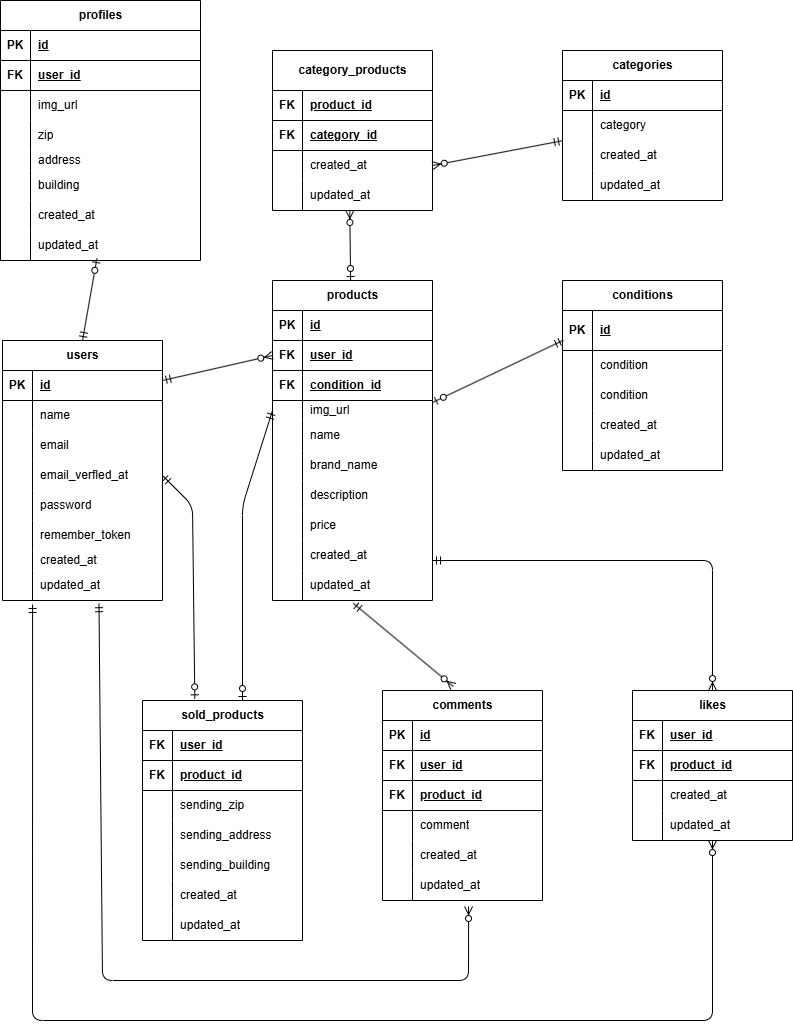
ishi-star/market-test keeps this draw.io diagram as src/.drawio.png. Above is the earlier version. Source tidied: cells renumbered, new cells last; positions are measured from the earlier drawing's top-left corner, leaving out a move shared by most shapes.
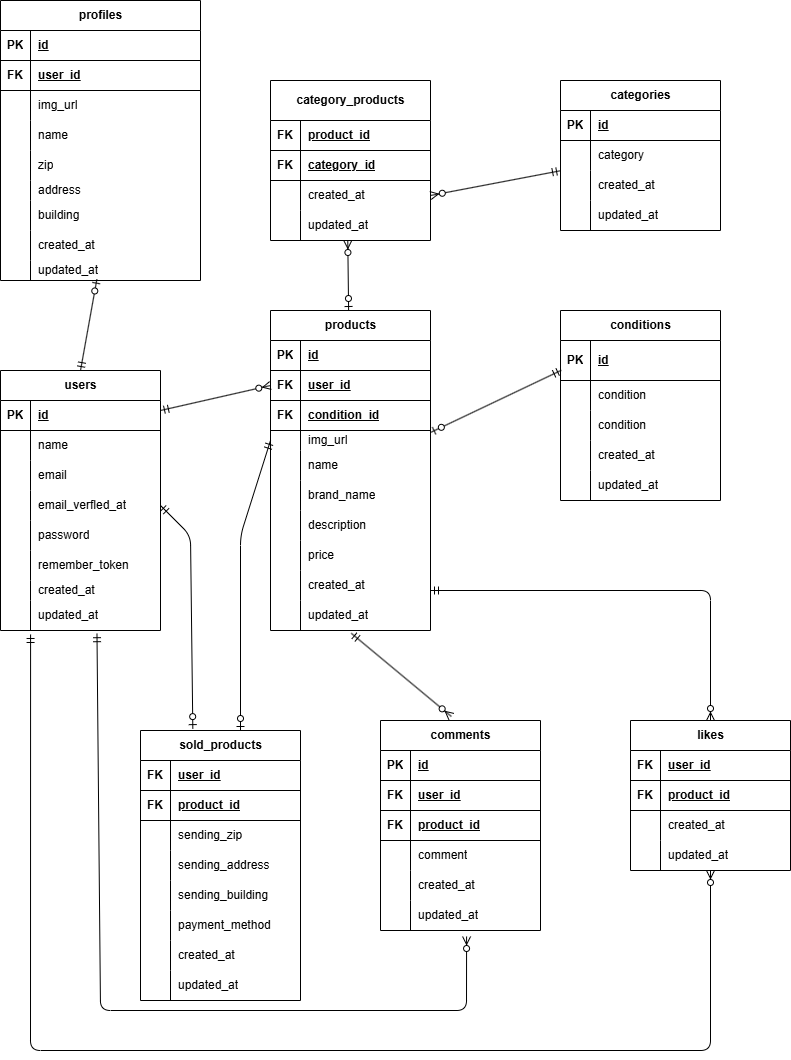
After the change.

What changed in the source:
```diff
@@ -231,7 +231,7 @@
       <mxGeometry relative="1" as="geometry" />
     </mxCell>
     <mxCell id="78" value="profiles" style="shape=table;startSize=30;rowLines=0;fontStyle=1;align=center;html=1;" parent="1" vertex="1">
-      <mxGeometry width="200" height="260" as="geometry" />
+      <mxGeometry x="2" y="-30" width="200" height="280" as="geometry" />
     </mxCell>
     <mxCell id="79" style="shape=tableRow;horizontal=0;startSize=0;swimlaneHead=0;swimlaneBody=0;fillColor=none;top=0;left=0;right=0;bottom=1;" parent="78" vertex="1">
       <mxGeometry y="30" width="200" height="30" as="geometry" />
@@ -260,8 +260,17 @@
     <mxCell id="87" value="img_url" style="shape=partialRectangle;fillColor=none;top=0;left=0;bottom=0;right=0;align=left;spacingLeft=6;overflow=hidden;whiteSpace=wrap;html=1;" parent="85" vertex="1">
       <mxGeometry x="30" width="170" height="30" as="geometry" />
     </mxCell>
+    <mxCell id="190" style="shape=tableRow;horizontal=0;startSize=0;swimlaneHead=0;swimlaneBody=0;fillColor=none;top=0;left=0;right=0;bottom=0;" parent="78" vertex="1">
+      <mxGeometry y="120" width="200" height="30" as="geometry" />
+    </mxCell>
+    <mxCell id="191" style="shape=partialRectangle;fillColor=none;top=0;left=0;bottom=0;right=0;overflow=hidden;whiteSpace=wrap;html=1;" parent="190" vertex="1">
+      <mxGeometry width="30" height="30" as="geometry" />
+    </mxCell>
+    <mxCell id="192" value="name" style="shape=partialRectangle;fillColor=none;top=0;left=0;bottom=0;right=0;align=left;spacingLeft=6;overflow=hidden;whiteSpace=wrap;html=1;" parent="190" vertex="1">
+      <mxGeometry x="30" width="170" height="30" as="geometry" />
+    </mxCell>
     <mxCell id="88" style="shape=tableRow;horizontal=0;startSize=0;swimlaneHead=0;swimlaneBody=0;fillColor=none;top=0;left=0;right=0;bottom=0;" parent="78" vertex="1">
-      <mxGeometry y="120" width="200" height="30" as="geometry" />
+      <mxGeometry y="150" width="200" height="30" as="geometry" />
     </mxCell>
     <mxCell id="89" style="shape=partialRectangle;fillColor=none;top=0;left=0;bottom=0;right=0;overflow=hidden;whiteSpace=wrap;html=1;" parent="88" vertex="1">
       <mxGeometry width="30" height="30" as="geometry" />
@@ -270,7 +279,7 @@
       <mxGeometry x="30" width="170" height="30" as="geometry" />
     </mxCell>
     <mxCell id="91" style="shape=tableRow;horizontal=0;startSize=0;swimlaneHead=0;swimlaneBody=0;fillColor=none;top=0;left=0;right=0;bottom=0;" parent="78" vertex="1">
-      <mxGeometry y="150" width="200" height="20" as="geometry" />
+      <mxGeometry y="180" width="200" height="20" as="geometry" />
     </mxCell>
     <mxCell id="92" style="shape=partialRectangle;fillColor=none;top=0;left=0;bottom=0;right=0;overflow=hidden;whiteSpace=wrap;html=1;" parent="91" vertex="1">
       <mxGeometry width="30" height="20" as="geometry" />
@@ -279,7 +288,7 @@
       <mxGeometry x="30" width="170" height="20" as="geometry" />
     </mxCell>
     <mxCell id="94" style="shape=tableRow;horizontal=0;startSize=0;swimlaneHead=0;swimlaneBody=0;fillColor=none;top=0;left=0;right=0;bottom=0;" parent="78" vertex="1">
-      <mxGeometry y="170" width="200" height="30" as="geometry" />
+      <mxGeometry y="200" width="200" height="30" as="geometry" />
     </mxCell>
     <mxCell id="95" style="shape=partialRectangle;fillColor=none;top=0;left=0;bottom=0;right=0;overflow=hidden;whiteSpace=wrap;html=1;" parent="94" vertex="1">
       <mxGeometry width="30" height="30" as="geometry" />
@@ -288,7 +297,7 @@
       <mxGeometry x="30" width="170" height="30" as="geometry" />
     </mxCell>
     <mxCell id="97" style="shape=tableRow;horizontal=0;startSize=0;swimlaneHead=0;swimlaneBody=0;fillColor=none;top=0;left=0;right=0;bottom=0;" parent="78" vertex="1">
-      <mxGeometry y="200" width="200" height="30" as="geometry" />
+      <mxGeometry y="230" width="200" height="30" as="geometry" />
     </mxCell>
     <mxCell id="98" style="shape=partialRectangle;fillColor=none;top=0;left=0;bottom=0;right=0;overflow=hidden;whiteSpace=wrap;html=1;" parent="97" vertex="1">
       <mxGeometry width="30" height="30" as="geometry" />
@@ -297,13 +306,13 @@
       <mxGeometry x="30" width="170" height="30" as="geometry" />
     </mxCell>
     <mxCell id="100" style="shape=tableRow;horizontal=0;startSize=0;swimlaneHead=0;swimlaneBody=0;fillColor=none;points=[[0,0.5],[1,0.5]];portConstraint=eastwest;top=0;left=0;right=0;bottom=0;" parent="78" vertex="1">
-      <mxGeometry y="230" width="200" height="30" as="geometry" />
+      <mxGeometry y="260" width="200" height="20" as="geometry" />
     </mxCell>
     <mxCell id="101" style="shape=partialRectangle;fillColor=none;top=0;left=0;bottom=0;right=0;overflow=hidden;whiteSpace=wrap;html=1;" parent="100" vertex="1">
-      <mxGeometry width="30" height="30" as="geometry" />
+      <mxGeometry width="30" height="20" as="geometry" />
     </mxCell>
     <mxCell id="102" value="updated_at" style="shape=partialRectangle;fillColor=none;top=0;left=0;bottom=0;right=0;align=left;spacingLeft=6;overflow=hidden;whiteSpace=wrap;html=1;" parent="100" vertex="1">
-      <mxGeometry x="30" width="170" height="30" as="geometry" />
+      <mxGeometry x="30" width="170" height="20" as="geometry" />
     </mxCell>
     <mxCell id="103" value="users" style="shape=table;startSize=30;rowLines=0;fontStyle=1;align=center;html=1;" parent="1" vertex="1">
       <mxGeometry x="2" y="340" width="160" height="260" as="geometry" />
@@ -389,7 +398,7 @@
       </mxGeometry>
     </mxCell>
     <mxCell id="130" value="sold_products" style="shape=table;startSize=30;rowLines=0;fontStyle=1;align=center;html=1;" parent="1" vertex="1">
-      <mxGeometry x="142" y="700" width="160" height="240" as="geometry" />
+      <mxGeometry x="142" y="700" width="160" height="270" as="geometry" />
     </mxCell>
     <mxCell id="131" style="shape=tableRow;horizontal=0;startSize=0;swimlaneHead=0;swimlaneBody=0;fillColor=none;top=0;left=0;right=0;bottom=1;" parent="130" vertex="1">
       <mxGeometry y="30" width="160" height="30" as="geometry" />
@@ -436,8 +445,17 @@
     <mxCell id="145" value="sending_building" style="shape=partialRectangle;fillColor=none;top=0;left=0;bottom=0;right=0;align=left;spacingLeft=6;overflow=hidden;whiteSpace=wrap;html=1;" parent="143" vertex="1">
       <mxGeometry x="30" width="130" height="30" as="geometry" />
     </mxCell>
+    <mxCell id="193" style="shape=tableRow;horizontal=0;startSize=0;swimlaneHead=0;swimlaneBody=0;fillColor=none;top=0;left=0;right=0;bottom=0;" parent="130" vertex="1">
+      <mxGeometry y="180" width="160" height="30" as="geometry" />
+    </mxCell>
+    <mxCell id="194" style="shape=partialRectangle;fillColor=none;top=0;left=0;bottom=0;right=0;overflow=hidden;whiteSpace=wrap;html=1;" parent="193" vertex="1">
+      <mxGeometry width="30" height="30" as="geometry" />
+    </mxCell>
+    <mxCell id="195" value="payment_method" style="shape=partialRectangle;fillColor=none;top=0;left=0;bottom=0;right=0;align=left;spacingLeft=6;overflow=hidden;whiteSpace=wrap;html=1;" parent="193" vertex="1">
+      <mxGeometry x="30" width="130" height="30" as="geometry" />
+    </mxCell>
     <mxCell id="146" style="shape=tableRow;horizontal=0;startSize=0;swimlaneHead=0;swimlaneBody=0;fillColor=none;top=0;left=0;right=0;bottom=0;" parent="130" vertex="1">
-      <mxGeometry y="180" width="160" height="30" as="geometry" />
+      <mxGeometry y="210" width="160" height="30" as="geometry" />
     </mxCell>
     <mxCell id="147" style="shape=partialRectangle;fillColor=none;top=0;left=0;bottom=0;right=0;overflow=hidden;whiteSpace=wrap;html=1;" parent="146" vertex="1">
       <mxGeometry width="30" height="30" as="geometry" />
@@ -446,7 +464,7 @@
       <mxGeometry x="30" width="130" height="30" as="geometry" />
     </mxCell>
     <mxCell id="149" style="shape=tableRow;horizontal=0;startSize=0;swimlaneHead=0;swimlaneBody=0;fillColor=none;top=0;left=0;right=0;bottom=0;" parent="130" vertex="1">
-      <mxGeometry y="210" width="160" height="30" as="geometry" />
+      <mxGeometry y="240" width="160" height="30" as="geometry" />
     </mxCell>
     <mxCell id="150" style="shape=partialRectangle;fillColor=none;top=0;left=0;bottom=0;right=0;overflow=hidden;whiteSpace=wrap;html=1;" parent="149" vertex="1">
       <mxGeometry width="30" height="30" as="geometry" />
```
